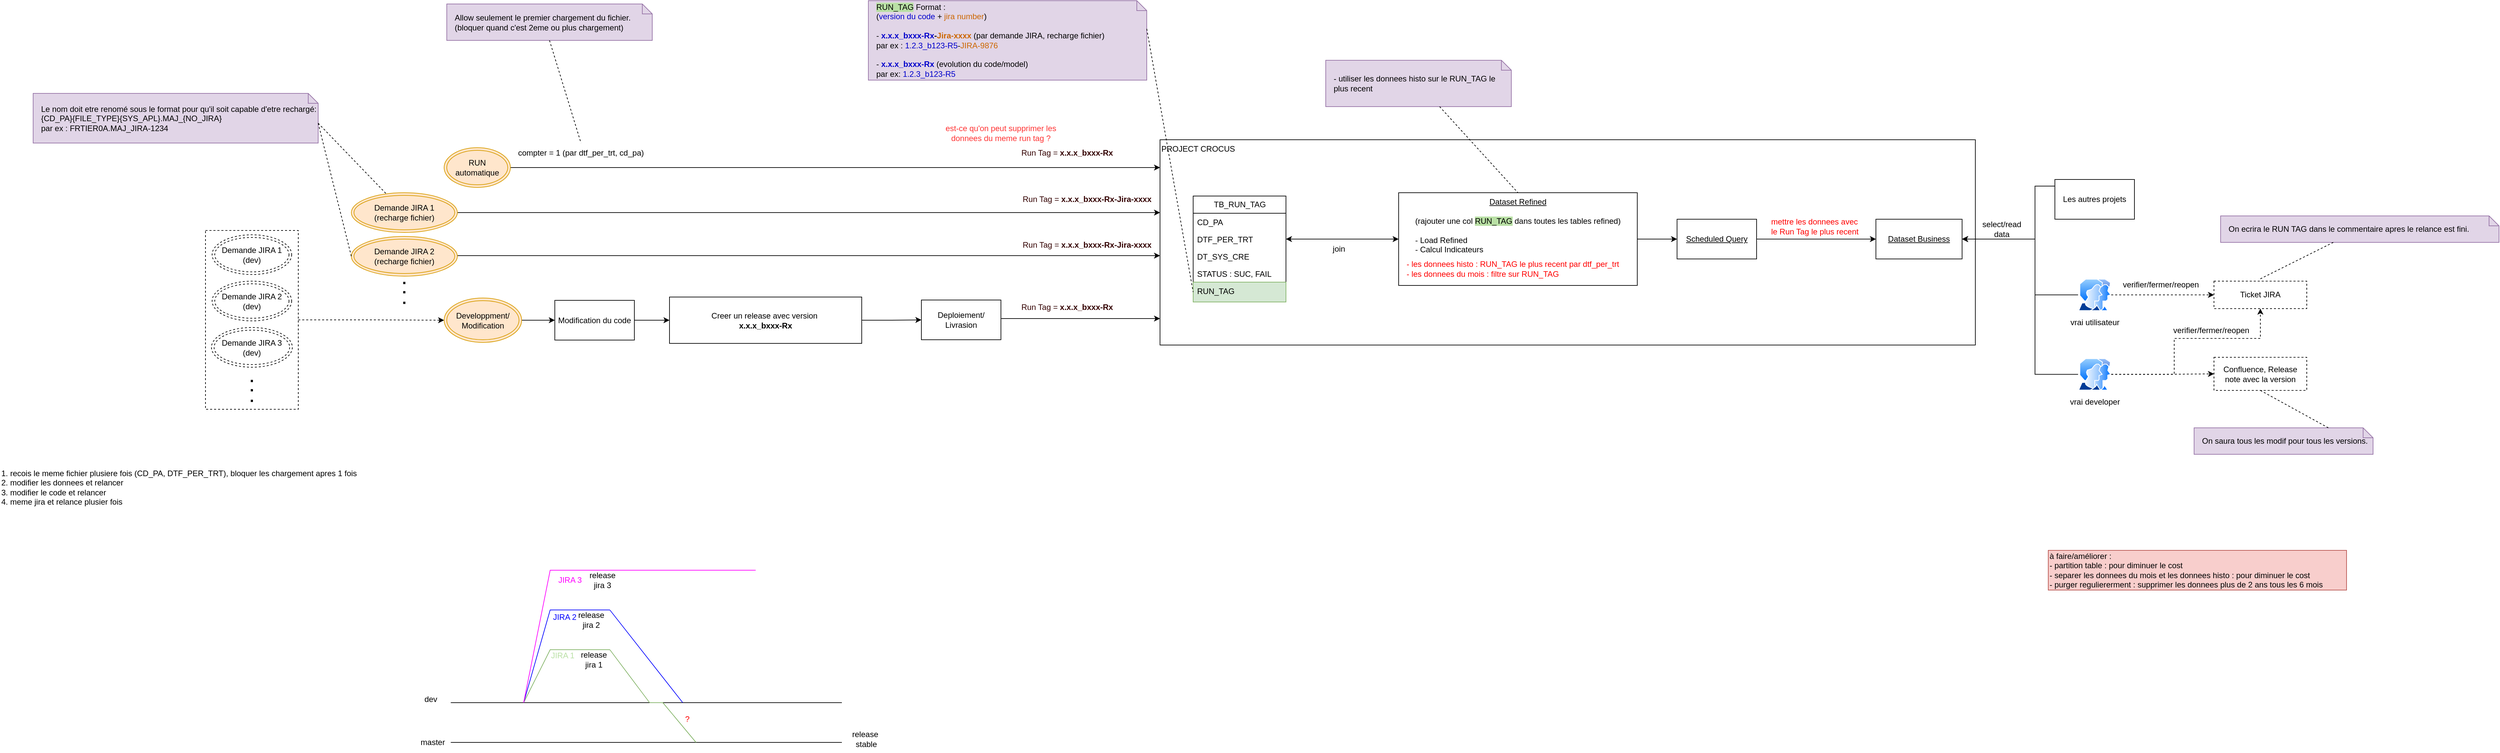
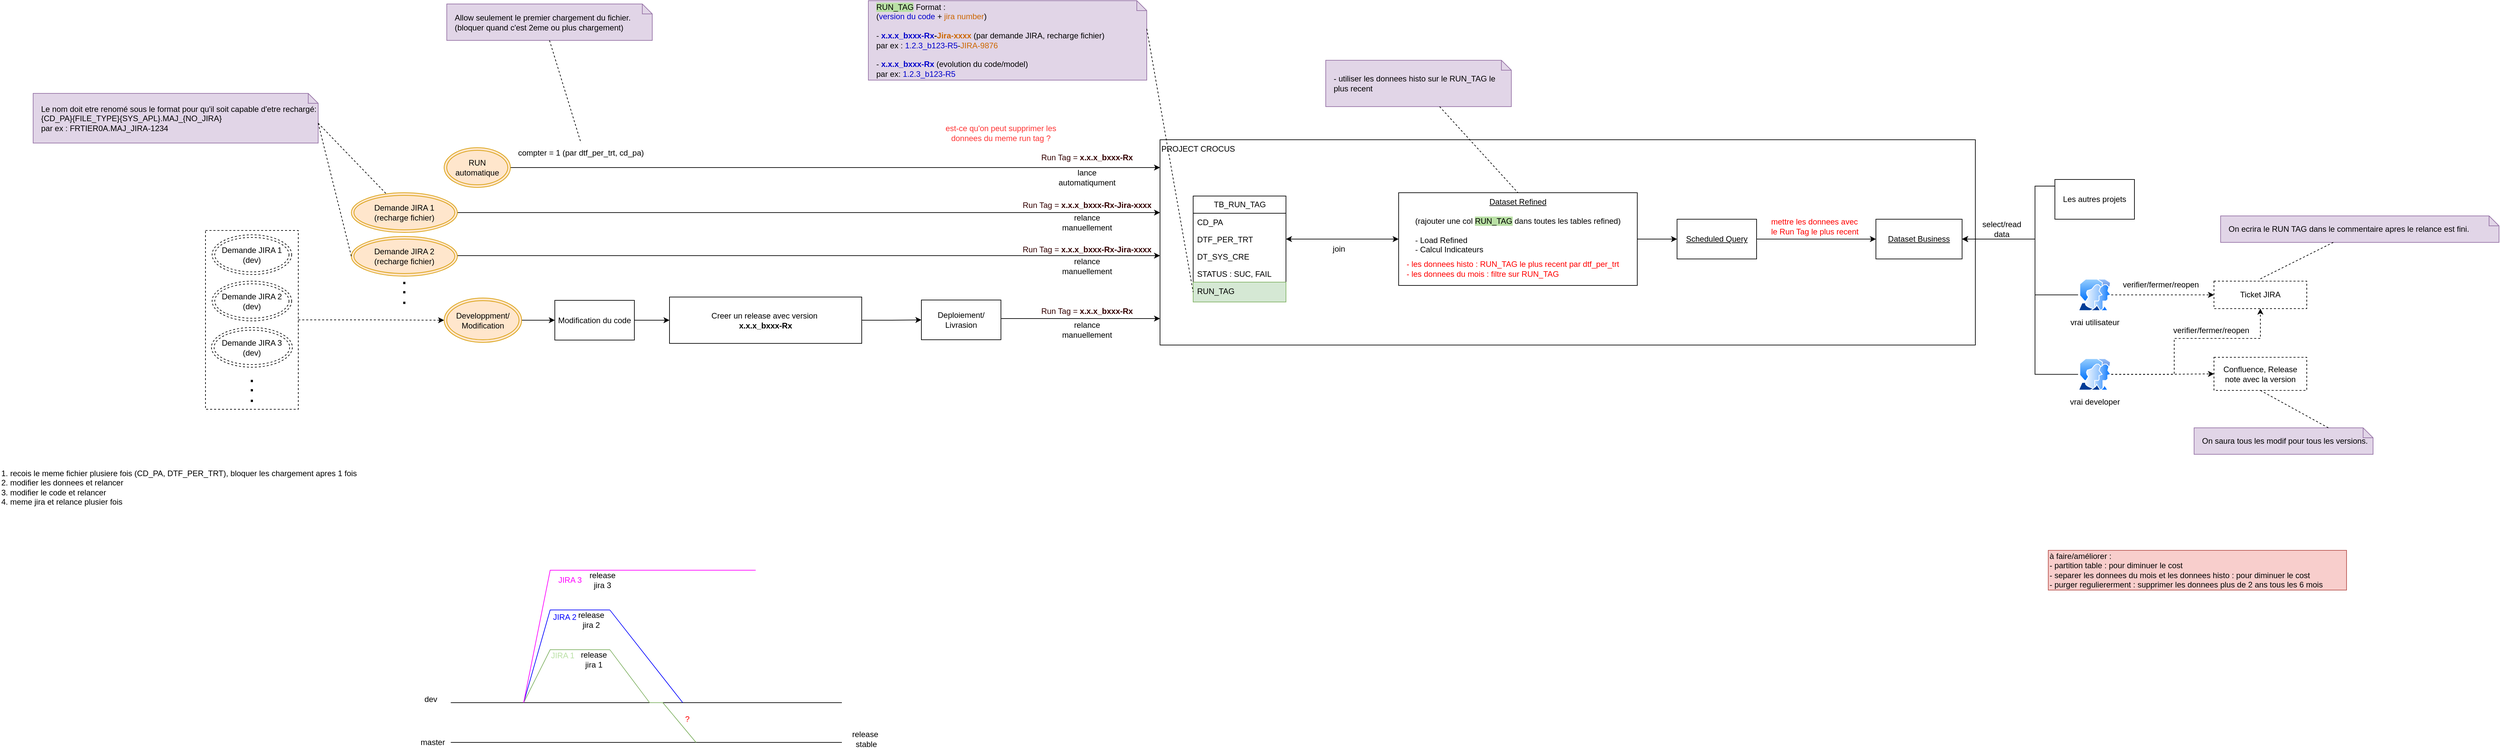
<mxfile host="app.diagrams.net">
  <diagram name="Page-1" id="bEAYSmEDHXBXhFzCy1HB">
-     <mxGraphModel dx="3060" dy="1949" grid="1" gridSize="10" guides="1" tooltips="1" connect="1" arrows="1" fold="1" page="1" pageScale="1" pageWidth="827" pageHeight="1169" math="0" shadow="0">
+     <mxGraphModel dx="3549" dy="2119" grid="1" gridSize="10" guides="1" tooltips="1" connect="1" arrows="1" fold="1" page="1" pageScale="1" pageWidth="827" pageHeight="1169" math="0" shadow="0">
      <root>
        <mxCell id="0" />
        <mxCell id="1" parent="0" />
        <mxCell id="cKu8MT6L8Fp_BZaxLZj7-22" edge="1" parent="1" source="cKu8MT6L8Fp_BZaxLZj7-16" style="edgeStyle=orthogonalEdgeStyle;rounded=0;orthogonalLoop=1;jettySize=auto;html=1;dashed=1;" target="QUzsFoNl6aFI_2ed8XXq-33">
          <mxGeometry relative="1" as="geometry">
            <Array as="points" />
            <mxPoint x="-937.4999999999995" y="382" as="sourcePoint" />
            <mxPoint x="-602.4999999999995" y="365" as="targetPoint" />
          </mxGeometry>
        </mxCell>
        <mxCell id="cKu8MT6L8Fp_BZaxLZj7-16" parent="1" style="rounded=0;whiteSpace=wrap;html=1;dashed=1;" value="" vertex="1">
          <mxGeometry height="270" width="140" x="-1070" y="247" as="geometry" />
        </mxCell>
        <mxCell id="QUzsFoNl6aFI_2ed8XXq-13" parent="1" style="rounded=0;whiteSpace=wrap;html=1;align=left;verticalAlign=top;" value="PROJECT CROCUS" vertex="1">
          <mxGeometry height="310" width="1230" x="370" y="110" as="geometry" />
        </mxCell>
        <mxCell id="QUzsFoNl6aFI_2ed8XXq-1" parent="1" style="swimlane;fontStyle=0;childLayout=stackLayout;horizontal=1;startSize=26;fillColor=none;horizontalStack=0;resizeParent=1;resizeParentMax=0;resizeLast=0;collapsible=1;marginBottom=0;html=1;" value="TB_RUN_TAG" vertex="1">
          <mxGeometry height="160" width="140" x="420" y="195" as="geometry" />
        </mxCell>
        <mxCell id="QUzsFoNl6aFI_2ed8XXq-2" parent="QUzsFoNl6aFI_2ed8XXq-1" style="text;strokeColor=none;fillColor=none;align=left;verticalAlign=top;spacingLeft=4;spacingRight=4;overflow=hidden;rotatable=0;points=[[0,0.5],[1,0.5]];portConstraint=eastwest;whiteSpace=wrap;html=1;" value="CD_PA" vertex="1">
          <mxGeometry height="26" width="140" y="26" as="geometry" />
        </mxCell>
        <mxCell id="QUzsFoNl6aFI_2ed8XXq-3" parent="QUzsFoNl6aFI_2ed8XXq-1" style="text;strokeColor=none;fillColor=none;align=left;verticalAlign=top;spacingLeft=4;spacingRight=4;overflow=hidden;rotatable=0;points=[[0,0.5],[1,0.5]];portConstraint=eastwest;whiteSpace=wrap;html=1;" value="DTF_PER_TRT" vertex="1">
          <mxGeometry height="26" width="140" y="52" as="geometry" />
        </mxCell>
        <mxCell id="QUzsFoNl6aFI_2ed8XXq-4" parent="QUzsFoNl6aFI_2ed8XXq-1" style="text;strokeColor=none;fillColor=none;align=left;verticalAlign=top;spacingLeft=4;spacingRight=4;overflow=hidden;rotatable=0;points=[[0,0.5],[1,0.5]];portConstraint=eastwest;whiteSpace=wrap;html=1;" value="DT_SYS_CRE" vertex="1">
          <mxGeometry height="26" width="140" y="78" as="geometry" />
        </mxCell>
        <mxCell id="QUzsFoNl6aFI_2ed8XXq-105" parent="QUzsFoNl6aFI_2ed8XXq-1" style="text;strokeColor=none;fillColor=none;align=left;verticalAlign=top;spacingLeft=4;spacingRight=4;overflow=hidden;rotatable=0;points=[[0,0.5],[1,0.5]];portConstraint=eastwest;whiteSpace=wrap;html=1;" value="STATUS : SUC, FAIL" vertex="1">
          <mxGeometry height="26" width="140" y="104" as="geometry" />
        </mxCell>
        <mxCell id="QUzsFoNl6aFI_2ed8XXq-5" parent="QUzsFoNl6aFI_2ed8XXq-1" style="text;strokeColor=#82b366;fillColor=#d5e8d4;align=left;verticalAlign=top;spacingLeft=4;spacingRight=4;overflow=hidden;rotatable=0;points=[[0,0.5],[1,0.5]];portConstraint=eastwest;whiteSpace=wrap;html=1;" value="RUN_TAG" vertex="1">
          <mxGeometry height="30" width="140" y="130" as="geometry" />
        </mxCell>
        <mxCell id="QUzsFoNl6aFI_2ed8XXq-7" parent="1" style="shape=note;size=15;align=left;spacingLeft=10;html=1;whiteSpace=wrap;fillColor=#e1d5e7;strokeColor=#9673a6;" value="&lt;span style=&quot;background-color: rgb(185, 224, 165);&quot;&gt;RUN_TAG&lt;/span&gt; Format :&amp;nbsp;&lt;div&gt;(&lt;font style=&quot;color: rgb(0, 0, 204);&quot;&gt;version du code&lt;/font&gt; +&lt;font style=&quot;color: rgb(204, 102, 0);&quot;&gt; &lt;font&gt;jira number&lt;/font&gt;&lt;/font&gt;)&lt;/div&gt;&lt;div&gt;&lt;br&gt;&lt;div&gt;- &lt;b&gt;&lt;font style=&quot;color: rgb(0, 0, 204);&quot;&gt;x.x.x_bxxx-Rx&lt;/font&gt;-&lt;font style=&quot;color: rgb(204, 102, 0);&quot;&gt;Jira-xxxx&lt;/font&gt;&lt;/b&gt; (par demande JIRA, recharge fichier)&amp;nbsp;&lt;/div&gt;&lt;div&gt;par ex : &lt;font style=&quot;color: rgb(0, 0, 204);&quot;&gt;1.2.3_b123-R5&lt;/font&gt;-&lt;font style=&quot;color: rgb(204, 102, 0);&quot;&gt;JIRA-9876&lt;/font&gt;&lt;/div&gt;&lt;div&gt;&lt;br&gt;&lt;/div&gt;&lt;div&gt;-&lt;b&gt; &lt;font style=&quot;color: rgb(0, 0, 204);&quot;&gt;x.x.x_bxxx-Rx&lt;/font&gt;&lt;/b&gt; (evolution du code/model)&lt;/div&gt;&lt;div&gt;&lt;span style=&quot;background-color: transparent; color: light-dark(rgb(0, 0, 0), rgb(255, 255, 255));&quot;&gt;par ex: &lt;/span&gt;&lt;span style=&quot;background-color: transparent;&quot;&gt;&lt;font style=&quot;color: light-dark(rgb(0, 0, 204), rgb(255, 255, 255));&quot;&gt;1.2.3_b123-R5&lt;/font&gt;&lt;/span&gt;&lt;/div&gt;&lt;/div&gt;" vertex="1">
          <mxGeometry height="120" width="420" x="-70" y="-100" as="geometry" />
        </mxCell>
        <mxCell id="QUzsFoNl6aFI_2ed8XXq-8" edge="1" parent="1" source="QUzsFoNl6aFI_2ed8XXq-7" style="edgeStyle=none;endArrow=none;exitX=0;exitY=0;dashed=1;html=1;rounded=0;entryX=0;entryY=0.5;entryDx=0;entryDy=0;exitDx=420;exitDy=42.5;exitPerimeter=0;" target="QUzsFoNl6aFI_2ed8XXq-5" value="">
          <mxGeometry relative="1" x="1" as="geometry">
            <mxPoint x="590" y="660" as="targetPoint" />
          </mxGeometry>
        </mxCell>
        <mxCell id="QUzsFoNl6aFI_2ed8XXq-10" parent="1" style="rounded=0;whiteSpace=wrap;html=1;dashed=1;" value="Confluence, Release note avec la v&lt;span style=&quot;background-color: transparent; color: light-dark(rgb(0, 0, 0), rgb(255, 255, 255));&quot;&gt;ersion&lt;/span&gt;" vertex="1">
          <mxGeometry height="50" width="140" x="1960" y="438.5" as="geometry" />
        </mxCell>
        <mxCell id="QUzsFoNl6aFI_2ed8XXq-11" parent="1" style="rounded=0;whiteSpace=wrap;html=1;dashed=1;" value="Ticket JIRA" vertex="1">
          <mxGeometry height="41.5" width="140" x="1960" y="323.5" as="geometry" />
        </mxCell>
        <mxCell id="QUzsFoNl6aFI_2ed8XXq-42" edge="1" parent="1" source="QUzsFoNl6aFI_2ed8XXq-12" style="edgeStyle=orthogonalEdgeStyle;rounded=0;orthogonalLoop=1;jettySize=auto;html=1;entryX=1;entryY=0.5;entryDx=0;entryDy=0;startArrow=classic;startFill=1;" target="QUzsFoNl6aFI_2ed8XXq-3">
          <mxGeometry relative="1" as="geometry" />
        </mxCell>
        <mxCell id="QUzsFoNl6aFI_2ed8XXq-50" edge="1" parent="1" source="QUzsFoNl6aFI_2ed8XXq-12" style="edgeStyle=orthogonalEdgeStyle;rounded=0;orthogonalLoop=1;jettySize=auto;html=1;" target="QUzsFoNl6aFI_2ed8XXq-46">
          <mxGeometry relative="1" as="geometry">
            <Array as="points" />
          </mxGeometry>
        </mxCell>
        <mxCell id="QUzsFoNl6aFI_2ed8XXq-12" parent="1" style="rounded=0;whiteSpace=wrap;html=1;verticalAlign=top;" value="&lt;u&gt;Dataset Refined&lt;/u&gt;&lt;div&gt;&lt;u&gt;&lt;br&gt;&lt;/u&gt;&lt;div&gt;(rajouter une col &lt;span style=&quot;background-color: rgb(185, 224, 165);&quot;&gt;RUN_TAG&lt;/span&gt;&lt;span&gt; &lt;/span&gt;dans toutes les tables refined)&lt;/div&gt;&lt;div&gt;&lt;br&gt;&lt;/div&gt;&lt;div style=&quot;text-align: left;&quot;&gt;- Load Refined&amp;nbsp; &amp;nbsp; &amp;nbsp; &amp;nbsp;&lt;/div&gt;&lt;div style=&quot;text-align: left;&quot;&gt;- Calcul Indicateurs&lt;/div&gt;&lt;/div&gt;" vertex="1">
          <mxGeometry height="140" width="360" x="730" y="190" as="geometry" />
        </mxCell>
        <mxCell id="QUzsFoNl6aFI_2ed8XXq-27" edge="1" parent="1" source="QUzsFoNl6aFI_2ed8XXq-33" style="edgeStyle=orthogonalEdgeStyle;rounded=0;orthogonalLoop=1;jettySize=auto;html=1;entryX=0;entryY=0.5;entryDx=0;entryDy=0;" target="QUzsFoNl6aFI_2ed8XXq-23">
          <mxGeometry relative="1" as="geometry">
            <mxPoint x="-740" y="198" as="sourcePoint" />
          </mxGeometry>
        </mxCell>
        <mxCell id="QUzsFoNl6aFI_2ed8XXq-19" parent="1" style="text;html=1;whiteSpace=wrap;strokeColor=none;fillColor=none;align=center;verticalAlign=middle;rounded=0;fontColor=#330000;" value="&lt;font style=&quot;&quot;&gt;Run Tag =&amp;nbsp;&lt;/font&gt;&lt;b style=&quot;text-align: left;&quot;&gt;x.x.x_bxxx-Rx-Jira-xxxx&lt;/b&gt;" vertex="1">
-           <mxGeometry height="30" width="200" x="160" y="253.5" as="geometry" />
+           <mxGeometry height="30" width="200" x="160" y="260.5" as="geometry" />
        </mxCell>
        <mxCell id="cKu8MT6L8Fp_BZaxLZj7-37" edge="1" parent="1" source="QUzsFoNl6aFI_2ed8XXq-23" style="edgeStyle=orthogonalEdgeStyle;rounded=0;orthogonalLoop=1;jettySize=auto;html=1;" target="QUzsFoNl6aFI_2ed8XXq-25">
          <mxGeometry relative="1" as="geometry" />
        </mxCell>
        <mxCell id="QUzsFoNl6aFI_2ed8XXq-23" parent="1" style="rounded=0;whiteSpace=wrap;html=1;" value="Modification du code" vertex="1">
          <mxGeometry height="60" width="120" x="-543" y="352.5" as="geometry" />
        </mxCell>
        <mxCell id="QUzsFoNl6aFI_2ed8XXq-31" edge="1" parent="1" source="QUzsFoNl6aFI_2ed8XXq-24" style="edgeStyle=orthogonalEdgeStyle;rounded=0;orthogonalLoop=1;jettySize=auto;html=1;" target="QUzsFoNl6aFI_2ed8XXq-13">
          <mxGeometry relative="1" as="geometry">
            <Array as="points">
              <mxPoint x="180" y="380" />
              <mxPoint x="180" y="380" />
            </Array>
            <mxPoint x="380" y="373" as="targetPoint" />
          </mxGeometry>
        </mxCell>
        <mxCell id="QUzsFoNl6aFI_2ed8XXq-24" parent="1" style="rounded=0;whiteSpace=wrap;html=1;" value="Deploiement/ Livrasion" vertex="1">
          <mxGeometry height="60" width="120" x="10" y="352" as="geometry" />
        </mxCell>
        <mxCell id="cKu8MT6L8Fp_BZaxLZj7-38" edge="1" parent="1" source="QUzsFoNl6aFI_2ed8XXq-25" style="edgeStyle=orthogonalEdgeStyle;rounded=0;orthogonalLoop=1;jettySize=auto;html=1;" target="QUzsFoNl6aFI_2ed8XXq-24">
          <mxGeometry relative="1" as="geometry" />
        </mxCell>
        <mxCell id="QUzsFoNl6aFI_2ed8XXq-25" parent="1" style="rounded=0;whiteSpace=wrap;html=1;" value="Creer un release avec version&amp;nbsp;&lt;div&gt;&lt;span style=&quot;text-align: left;&quot;&gt;&lt;b&gt;x.x.x_bxxx-Rx&lt;/b&gt;&lt;/span&gt;&lt;/div&gt;" vertex="1">
          <mxGeometry height="70" width="290" x="-370" y="347.5" as="geometry" />
        </mxCell>
        <mxCell id="QUzsFoNl6aFI_2ed8XXq-33" parent="1" style="ellipse;shape=doubleEllipse;whiteSpace=wrap;html=1;fillColor=#ffe6cc;strokeColor=#d79b00;" value="Developpment/&lt;div&gt;Modification&lt;/div&gt;" vertex="1">
          <mxGeometry height="67" width="117" x="-710" y="349" as="geometry" />
        </mxCell>
        <mxCell id="cKu8MT6L8Fp_BZaxLZj7-5" edge="1" parent="1" style="edgeStyle=orthogonalEdgeStyle;rounded=0;orthogonalLoop=1;jettySize=auto;html=1;" target="QUzsFoNl6aFI_2ed8XXq-13">
          <mxGeometry relative="1" as="geometry">
            <Array as="points">
              <mxPoint x="110" y="285" />
              <mxPoint x="110" y="285" />
            </Array>
            <mxPoint x="-690.0000000000005" y="285" as="sourcePoint" />
            <mxPoint x="380" y="285" as="targetPoint" />
          </mxGeometry>
        </mxCell>
        <mxCell id="QUzsFoNl6aFI_2ed8XXq-34" parent="1" style="ellipse;shape=doubleEllipse;whiteSpace=wrap;html=1;fillColor=#ffe6cc;strokeColor=#d79b00;" value="Demande JIRA 2&lt;div&gt;(recharge fichier)&lt;/div&gt;" vertex="1">
          <mxGeometry height="60" width="160" x="-850" y="256" as="geometry" />
        </mxCell>
        <mxCell id="QUzsFoNl6aFI_2ed8XXq-36" edge="1" parent="1" source="QUzsFoNl6aFI_2ed8XXq-35" style="edgeStyle=orthogonalEdgeStyle;rounded=0;orthogonalLoop=1;jettySize=auto;html=1;" target="QUzsFoNl6aFI_2ed8XXq-13">
          <mxGeometry relative="1" as="geometry">
            <Array as="points">
              <mxPoint x="140" y="152" />
              <mxPoint x="140" y="152" />
            </Array>
            <mxPoint x="380" y="152.0588235294117" as="targetPoint" />
          </mxGeometry>
        </mxCell>
        <mxCell id="QUzsFoNl6aFI_2ed8XXq-35" parent="1" style="ellipse;shape=doubleEllipse;whiteSpace=wrap;html=1;fillColor=#ffe6cc;strokeColor=#d79b00;" value="RUN automatique" vertex="1">
          <mxGeometry height="60" width="100" x="-710" y="122" as="geometry" />
        </mxCell>
        <mxCell id="QUzsFoNl6aFI_2ed8XXq-40" parent="1" style="shape=note;size=15;align=left;spacingLeft=10;html=1;whiteSpace=wrap;fillColor=#e1d5e7;strokeColor=#9673a6;" value="&lt;div&gt;- utiliser les donnees histo sur le RUN_TAG le plus recent&lt;/div&gt;" vertex="1">
          <mxGeometry height="70" width="280" x="620" y="-10" as="geometry" />
        </mxCell>
        <mxCell id="QUzsFoNl6aFI_2ed8XXq-41" edge="1" parent="1" source="QUzsFoNl6aFI_2ed8XXq-40" style="edgeStyle=none;endArrow=none;dashed=1;html=1;rounded=0;entryX=0.5;entryY=0;entryDx=0;entryDy=0;" target="QUzsFoNl6aFI_2ed8XXq-12" value="">
          <mxGeometry relative="1" x="1" as="geometry">
            <mxPoint x="720" y="650" as="sourcePoint" />
            <mxPoint x="772" y="500" as="targetPoint" />
          </mxGeometry>
        </mxCell>
        <mxCell id="QUzsFoNl6aFI_2ed8XXq-43" parent="1" style="text;html=1;whiteSpace=wrap;strokeColor=none;fillColor=none;align=left;verticalAlign=middle;rounded=0;" value="&lt;font style=&quot;color: rgb(255, 0, 0);&quot;&gt;- les donnees histo : RUN_TAG le plus recent par dtf_per_trt&lt;/font&gt;&lt;div&gt;&lt;font style=&quot;color: rgb(255, 0, 0);&quot;&gt;- les donnees du mois : f&lt;/font&gt;&lt;span style=&quot;color: light-dark(rgb(255, 0, 0), rgb(255, 144, 144)); background-color: transparent;&quot;&gt;iltre sur RUN_TAG&lt;/span&gt;&lt;/div&gt;" vertex="1">
          <mxGeometry height="30" width="370" x="740" y="290" as="geometry" />
        </mxCell>
        <mxCell id="QUzsFoNl6aFI_2ed8XXq-45" parent="1" style="rounded=0;whiteSpace=wrap;html=1;" value="&lt;u&gt;Dataset Business&lt;/u&gt;" vertex="1">
          <mxGeometry height="60" width="130" x="1450" y="230" as="geometry" />
        </mxCell>
        <mxCell id="QUzsFoNl6aFI_2ed8XXq-48" edge="1" parent="1" source="QUzsFoNl6aFI_2ed8XXq-46" style="edgeStyle=orthogonalEdgeStyle;rounded=0;orthogonalLoop=1;jettySize=auto;html=1;" target="QUzsFoNl6aFI_2ed8XXq-45">
          <mxGeometry relative="1" as="geometry" />
        </mxCell>
        <mxCell id="QUzsFoNl6aFI_2ed8XXq-46" parent="1" style="rounded=0;whiteSpace=wrap;html=1;" value="&lt;u&gt;Scheduled Query&lt;/u&gt;" vertex="1">
          <mxGeometry height="60" width="120" x="1150" y="230" as="geometry" />
        </mxCell>
        <mxCell id="QUzsFoNl6aFI_2ed8XXq-51" parent="1" style="text;html=1;whiteSpace=wrap;strokeColor=none;fillColor=none;align=left;verticalAlign=middle;rounded=0;fontColor=#FF0000;" value="mettre les donnees avec le Run Tag le plus recent" vertex="1">
          <mxGeometry height="30" width="140" x="1290" y="226" as="geometry" />
        </mxCell>
        <mxCell id="QUzsFoNl6aFI_2ed8XXq-59" edge="1" parent="1" source="QUzsFoNl6aFI_2ed8XXq-52" style="edgeStyle=orthogonalEdgeStyle;rounded=0;orthogonalLoop=1;jettySize=auto;html=1;entryX=1;entryY=0.5;entryDx=0;entryDy=0;" target="QUzsFoNl6aFI_2ed8XXq-45">
          <mxGeometry relative="1" as="geometry">
            <Array as="points">
              <mxPoint x="1690" y="180" />
              <mxPoint x="1690" y="260" />
            </Array>
          </mxGeometry>
        </mxCell>
        <mxCell id="QUzsFoNl6aFI_2ed8XXq-52" parent="1" style="rounded=0;whiteSpace=wrap;html=1;" value="Les autres projets" vertex="1">
          <mxGeometry height="60" width="120" x="1720" y="170" as="geometry" />
        </mxCell>
        <mxCell id="QUzsFoNl6aFI_2ed8XXq-58" edge="1" parent="1" source="QUzsFoNl6aFI_2ed8XXq-57" style="edgeStyle=orthogonalEdgeStyle;rounded=0;orthogonalLoop=1;jettySize=auto;html=1;entryX=1;entryY=0.5;entryDx=0;entryDy=0;" target="QUzsFoNl6aFI_2ed8XXq-45">
          <mxGeometry relative="1" as="geometry">
            <Array as="points">
              <mxPoint x="1690" y="344" />
              <mxPoint x="1690" y="260" />
            </Array>
          </mxGeometry>
        </mxCell>
        <mxCell id="QUzsFoNl6aFI_2ed8XXq-65" edge="1" parent="1" source="QUzsFoNl6aFI_2ed8XXq-57" style="edgeStyle=orthogonalEdgeStyle;rounded=0;orthogonalLoop=1;jettySize=auto;html=1;dashed=1;" target="QUzsFoNl6aFI_2ed8XXq-11">
          <mxGeometry relative="1" as="geometry" />
        </mxCell>
        <mxCell id="QUzsFoNl6aFI_2ed8XXq-57" parent="1" style="image;aspect=fixed;perimeter=ellipsePerimeter;html=1;align=center;shadow=0;dashed=0;spacingTop=3;image=img/lib/active_directory/user_accounts.svg;" value="vrai utilisateur" vertex="1">
          <mxGeometry height="48.5" width="50" x="1755" y="320" as="geometry" />
        </mxCell>
        <mxCell id="QUzsFoNl6aFI_2ed8XXq-60" parent="1" style="text;html=1;whiteSpace=wrap;strokeColor=none;fillColor=none;align=center;verticalAlign=middle;rounded=0;" value="select/read data" vertex="1">
          <mxGeometry height="30" width="60" x="1610" y="230" as="geometry" />
        </mxCell>
        <mxCell id="QUzsFoNl6aFI_2ed8XXq-63" edge="1" parent="1" source="QUzsFoNl6aFI_2ed8XXq-62" style="edgeStyle=orthogonalEdgeStyle;rounded=0;orthogonalLoop=1;jettySize=auto;html=1;entryX=1;entryY=0.5;entryDx=0;entryDy=0;" target="QUzsFoNl6aFI_2ed8XXq-45">
          <mxGeometry relative="1" as="geometry">
            <Array as="points">
              <mxPoint x="1690" y="464" />
              <mxPoint x="1690" y="260" />
            </Array>
          </mxGeometry>
        </mxCell>
        <mxCell id="QUzsFoNl6aFI_2ed8XXq-66" edge="1" parent="1" source="QUzsFoNl6aFI_2ed8XXq-62" style="edgeStyle=orthogonalEdgeStyle;rounded=0;orthogonalLoop=1;jettySize=auto;html=1;dashed=1;" target="QUzsFoNl6aFI_2ed8XXq-10">
          <mxGeometry relative="1" as="geometry" />
        </mxCell>
        <mxCell id="QUzsFoNl6aFI_2ed8XXq-68" edge="1" parent="1" source="QUzsFoNl6aFI_2ed8XXq-62" style="edgeStyle=orthogonalEdgeStyle;rounded=0;orthogonalLoop=1;jettySize=auto;html=1;entryX=0.5;entryY=1;entryDx=0;entryDy=0;dashed=1;" target="QUzsFoNl6aFI_2ed8XXq-11">
          <mxGeometry relative="1" as="geometry">
            <Array as="points">
              <mxPoint x="1900" y="464" />
              <mxPoint x="1900" y="410" />
              <mxPoint x="2030" y="410" />
            </Array>
          </mxGeometry>
        </mxCell>
        <mxCell id="QUzsFoNl6aFI_2ed8XXq-62" parent="1" style="image;aspect=fixed;perimeter=ellipsePerimeter;html=1;align=center;shadow=0;dashed=0;spacingTop=3;image=img/lib/active_directory/user_accounts.svg;" value="vrai developer" vertex="1">
          <mxGeometry height="48.5" width="50" x="1755" y="440" as="geometry" />
        </mxCell>
        <mxCell id="QUzsFoNl6aFI_2ed8XXq-69" parent="1" style="shape=note;size=15;align=left;spacingLeft=10;html=1;whiteSpace=wrap;fillColor=#e1d5e7;strokeColor=#9673a6;" value="On ecrira le RUN TAG dans le commentaire apres le relance est fini." vertex="1">
          <mxGeometry height="40" width="420" x="1970" y="225" as="geometry" />
        </mxCell>
        <mxCell id="QUzsFoNl6aFI_2ed8XXq-70" edge="1" parent="1" source="QUzsFoNl6aFI_2ed8XXq-69" style="edgeStyle=none;endArrow=none;dashed=1;html=1;rounded=0;" value="">
          <mxGeometry relative="1" x="1" as="geometry">
            <mxPoint x="970" y="210" as="sourcePoint" />
            <mxPoint x="2030" y="320" as="targetPoint" />
          </mxGeometry>
        </mxCell>
        <mxCell id="QUzsFoNl6aFI_2ed8XXq-71" parent="1" style="shape=note;size=15;align=left;spacingLeft=10;html=1;whiteSpace=wrap;fillColor=#e1d5e7;strokeColor=#9673a6;" value="On saura tous les modif pour tous les versions." vertex="1">
          <mxGeometry height="40" width="270" x="1930" y="545" as="geometry" />
        </mxCell>
        <mxCell id="QUzsFoNl6aFI_2ed8XXq-72" edge="1" parent="1" source="QUzsFoNl6aFI_2ed8XXq-71" style="edgeStyle=none;endArrow=none;dashed=1;html=1;rounded=0;entryX=0.5;entryY=1;entryDx=0;entryDy=0;exitX=0;exitY=0;exitDx=202.5;exitDy=0;exitPerimeter=0;" target="QUzsFoNl6aFI_2ed8XXq-10" value="">
          <mxGeometry relative="1" x="1" as="geometry">
            <mxPoint x="2180" y="470" as="sourcePoint" />
            <mxPoint x="2070" y="525" as="targetPoint" />
          </mxGeometry>
        </mxCell>
        <mxCell id="QUzsFoNl6aFI_2ed8XXq-74" parent="1" style="rounded=0;whiteSpace=wrap;html=1;align=left;fillColor=#f8cecc;strokeColor=#b85450;" value="à faire/améliorer :&lt;div&gt;- partition table : pour diminuer le cost&lt;/div&gt;&lt;div&gt;- separer les donnees du mois et les donnees histo&amp;nbsp;&lt;span style=&quot;background-color: transparent; color: light-dark(rgb(0, 0, 0), rgb(255, 255, 255));&quot;&gt;: pour diminuer le cost&lt;/span&gt;&lt;/div&gt;&lt;div&gt;&lt;span style=&quot;background-color: transparent; color: light-dark(rgb(0, 0, 0), rgb(255, 255, 255));&quot;&gt;- purger reguliererment : supprimer les donnees plus de 2 ans tous les 6 mois&lt;/span&gt;&lt;/div&gt;" vertex="1">
          <mxGeometry height="60" width="450" x="1710" y="730" as="geometry" />
        </mxCell>
        <mxCell id="QUzsFoNl6aFI_2ed8XXq-76" parent="1" style="text;html=1;whiteSpace=wrap;strokeColor=none;fillColor=none;align=center;verticalAlign=middle;rounded=0;" value="join" vertex="1">
          <mxGeometry height="30" width="60" x="610" y="260" as="geometry" />
        </mxCell>
        <mxCell id="QUzsFoNl6aFI_2ed8XXq-81" edge="1" parent="1" style="endArrow=none;html=1;rounded=0;" value="">
          <mxGeometry height="50" relative="1" width="50" as="geometry">
            <mxPoint x="-700" y="960" as="sourcePoint" />
            <mxPoint x="-110" y="960" as="targetPoint" />
          </mxGeometry>
        </mxCell>
        <mxCell id="QUzsFoNl6aFI_2ed8XXq-83" edge="1" parent="1" style="endArrow=none;html=1;rounded=0;fillColor=#d5e8d4;strokeColor=#82b366;" value="">
          <mxGeometry height="50" relative="1" width="50" as="geometry">
            <Array as="points">
              <mxPoint x="-550" y="880" />
            </Array>
            <mxPoint x="-590" y="960" as="sourcePoint" />
            <mxPoint x="-460" y="880" as="targetPoint" />
          </mxGeometry>
        </mxCell>
        <mxCell id="QUzsFoNl6aFI_2ed8XXq-84" parent="1" style="text;html=1;whiteSpace=wrap;strokeColor=none;fillColor=none;align=center;verticalAlign=middle;rounded=0;" value="dev" vertex="1">
          <mxGeometry height="30" width="60" x="-760" y="940" as="geometry" />
        </mxCell>
        <mxCell id="QUzsFoNl6aFI_2ed8XXq-85" edge="1" parent="1" style="endArrow=none;html=1;rounded=0;strokeColor=#0000FF;" value="">
          <mxGeometry height="50" relative="1" width="50" as="geometry">
            <Array as="points">
              <mxPoint x="-550" y="820" />
            </Array>
            <mxPoint x="-590" y="960" as="sourcePoint" />
            <mxPoint x="-460" y="820" as="targetPoint" />
          </mxGeometry>
        </mxCell>
        <mxCell id="QUzsFoNl6aFI_2ed8XXq-86" edge="1" parent="1" style="endArrow=none;html=1;rounded=0;strokeColor=#FF00FF;" value="">
          <mxGeometry height="50" relative="1" width="50" as="geometry">
            <Array as="points">
              <mxPoint x="-550" y="760" />
            </Array>
            <mxPoint x="-590" y="960" as="sourcePoint" />
            <mxPoint x="-240" y="760" as="targetPoint" />
          </mxGeometry>
        </mxCell>
        <mxCell id="QUzsFoNl6aFI_2ed8XXq-87" parent="1" style="text;html=1;whiteSpace=wrap;strokeColor=none;fillColor=none;align=center;verticalAlign=middle;rounded=0;fontColor=#B9E0A5;" value="JIRA 1" vertex="1">
          <mxGeometry height="30" width="60" x="-561" y="874" as="geometry" />
        </mxCell>
        <mxCell id="QUzsFoNl6aFI_2ed8XXq-88" parent="1" style="text;html=1;whiteSpace=wrap;strokeColor=none;fillColor=none;align=center;verticalAlign=middle;rounded=0;fontColor=#0000FF;" value="JIRA 2" vertex="1">
          <mxGeometry height="30" width="60" x="-558" y="816" as="geometry" />
        </mxCell>
        <mxCell id="QUzsFoNl6aFI_2ed8XXq-89" parent="1" style="text;html=1;whiteSpace=wrap;strokeColor=none;fillColor=none;align=center;verticalAlign=middle;rounded=0;fontColor=#FF00FF;" value="JIRA 3" vertex="1">
          <mxGeometry height="30" width="60" x="-550" y="760" as="geometry" />
        </mxCell>
        <mxCell id="QUzsFoNl6aFI_2ed8XXq-90" edge="1" parent="1" style="endArrow=none;html=1;rounded=0;" value="">
          <mxGeometry height="50" relative="1" width="50" as="geometry">
            <mxPoint x="-700" y="1020" as="sourcePoint" />
            <mxPoint x="-110" y="1020" as="targetPoint" />
          </mxGeometry>
        </mxCell>
        <mxCell id="QUzsFoNl6aFI_2ed8XXq-91" parent="1" style="text;html=1;whiteSpace=wrap;strokeColor=none;fillColor=none;align=center;verticalAlign=middle;rounded=0;" value="master" vertex="1">
          <mxGeometry height="30" width="60" x="-757" y="1005" as="geometry" />
        </mxCell>
        <mxCell id="QUzsFoNl6aFI_2ed8XXq-92" edge="1" parent="1" style="endArrow=none;html=1;rounded=0;fillColor=#d5e8d4;strokeColor=#82b366;" value="">
          <mxGeometry height="50" relative="1" width="50" as="geometry">
            <mxPoint x="-460" y="880" as="sourcePoint" />
            <mxPoint x="-400" y="960" as="targetPoint" />
          </mxGeometry>
        </mxCell>
        <mxCell id="QUzsFoNl6aFI_2ed8XXq-94" edge="1" parent="1" style="endArrow=none;html=1;rounded=0;strokeColor=#0000FF;" value="">
          <mxGeometry height="50" relative="1" width="50" as="geometry">
            <mxPoint x="-460" y="820" as="sourcePoint" />
            <mxPoint x="-350" y="960" as="targetPoint" />
          </mxGeometry>
        </mxCell>
        <mxCell id="QUzsFoNl6aFI_2ed8XXq-95" edge="1" parent="1" style="endArrow=none;html=1;rounded=0;fillColor=#d5e8d4;strokeColor=#82b366;" value="">
          <mxGeometry height="50" relative="1" width="50" as="geometry">
            <mxPoint x="-380" y="960" as="sourcePoint" />
            <mxPoint x="-330" y="1020" as="targetPoint" />
          </mxGeometry>
        </mxCell>
        <mxCell id="QUzsFoNl6aFI_2ed8XXq-96" edge="1" parent="1" style="endArrow=none;html=1;rounded=0;fillColor=#d5e8d4;strokeColor=#82b366;" value="">
          <mxGeometry height="50" relative="1" width="50" as="geometry">
            <mxPoint x="-400" y="960" as="sourcePoint" />
            <mxPoint x="-380" y="960" as="targetPoint" />
          </mxGeometry>
        </mxCell>
        <mxCell id="QUzsFoNl6aFI_2ed8XXq-98" parent="1" style="text;html=1;whiteSpace=wrap;strokeColor=none;fillColor=none;align=center;verticalAlign=middle;rounded=0;" value="release jira 2" vertex="1">
          <mxGeometry height="30" width="60" x="-518" y="820" as="geometry" />
        </mxCell>
        <mxCell id="QUzsFoNl6aFI_2ed8XXq-99" parent="1" style="text;html=1;whiteSpace=wrap;strokeColor=none;fillColor=none;align=center;verticalAlign=middle;rounded=0;" value="release jira 1" vertex="1">
          <mxGeometry height="30" width="60" x="-514" y="880" as="geometry" />
        </mxCell>
        <mxCell id="QUzsFoNl6aFI_2ed8XXq-100" parent="1" style="text;html=1;whiteSpace=wrap;strokeColor=none;fillColor=none;align=center;verticalAlign=middle;rounded=0;" value="release jira 3" vertex="1">
          <mxGeometry height="30" width="60" x="-501" y="760" as="geometry" />
        </mxCell>
        <mxCell id="QUzsFoNl6aFI_2ed8XXq-101" parent="1" style="text;html=1;whiteSpace=wrap;strokeColor=none;fillColor=none;align=center;verticalAlign=middle;rounded=0;" value="release&amp;nbsp; stable" vertex="1">
          <mxGeometry height="30" width="60" x="-103" y="1000" as="geometry" />
        </mxCell>
        <mxCell id="QUzsFoNl6aFI_2ed8XXq-103" parent="1" style="text;html=1;whiteSpace=wrap;strokeColor=none;fillColor=none;align=center;verticalAlign=middle;rounded=0;fontColor=#FF0000;" value="?" vertex="1">
          <mxGeometry height="30" width="60" x="-373" y="970" as="geometry" />
        </mxCell>
        <mxCell id="QUzsFoNl6aFI_2ed8XXq-104" parent="1" style="text;html=1;whiteSpace=wrap;strokeColor=none;fillColor=none;align=center;verticalAlign=middle;rounded=0;" value="compter = 1 (par dtf_per_trt, cd_pa)" vertex="1">
          <mxGeometry height="30" width="227" x="-617" y="115" as="geometry" />
        </mxCell>
        <mxCell id="QUzsFoNl6aFI_2ed8XXq-106" parent="1" style="text;html=1;whiteSpace=wrap;strokeColor=none;fillColor=none;align=left;verticalAlign=middle;rounded=0;" value="1. recois le meme fichier plusiere fois (CD_PA, DTF_PER_TRT), bloquer les chargement apres 1 fois&lt;div&gt;2. modifier les donnees et relancer&lt;/div&gt;&lt;div&gt;3. modifier le code et relancer&lt;/div&gt;&lt;div&gt;4.&amp;nbsp;&lt;span style=&quot;text-align: center; background-color: transparent; color: light-dark(rgb(0, 0, 0), rgb(255, 255, 255));&quot;&gt;meme jira et relance plusier fois&lt;/span&gt;&lt;/div&gt;" vertex="1">
          <mxGeometry height="30" width="600" x="-1380" y="620" as="geometry" />
        </mxCell>
        <mxCell id="cKu8MT6L8Fp_BZaxLZj7-1" parent="1" style="shape=note;size=15;align=left;spacingLeft=10;html=1;whiteSpace=wrap;fillColor=#e1d5e7;strokeColor=#9673a6;labelBackgroundColor=none;" value="&lt;span style=&quot;&quot;&gt;Allow seulement le premier chargement du fichier.&lt;br&gt;(bloquer quand c&#39;est 2eme ou plus chargement)&lt;/span&gt;" vertex="1">
          <mxGeometry height="55" width="310" x="-706" y="-95" as="geometry" />
        </mxCell>
        <mxCell id="cKu8MT6L8Fp_BZaxLZj7-2" edge="1" parent="1" source="cKu8MT6L8Fp_BZaxLZj7-1" style="edgeStyle=none;endArrow=none;exitX=0.5;exitY=1;dashed=1;html=1;rounded=0;entryX=0.5;entryY=0;entryDx=0;entryDy=0;exitDx=0;exitDy=0;exitPerimeter=0;" target="QUzsFoNl6aFI_2ed8XXq-104" value="">
          <mxGeometry relative="1" x="1" as="geometry">
            <mxPoint x="590" y="300" as="sourcePoint" />
            <mxPoint x="680" y="507" as="targetPoint" />
          </mxGeometry>
        </mxCell>
        <mxCell id="cKu8MT6L8Fp_BZaxLZj7-3" parent="1" style="ellipse;shape=doubleEllipse;whiteSpace=wrap;html=1;dashed=1;" value="Demande JIRA 1&lt;div&gt;(dev)&lt;/div&gt;" vertex="1">
          <mxGeometry height="60" width="120" x="-1060" y="253.5" as="geometry" />
        </mxCell>
        <mxCell id="cKu8MT6L8Fp_BZaxLZj7-7" parent="1" style="text;html=1;whiteSpace=wrap;strokeColor=none;fillColor=none;align=center;verticalAlign=middle;rounded=0;fontColor=#330000;" value="&lt;font style=&quot;&quot;&gt;Run Tag =&amp;nbsp;&lt;b style=&quot;text-align: left;&quot;&gt;x.x.x_bxxx-Rx&lt;/b&gt;&lt;/font&gt;" vertex="1">
-           <mxGeometry height="30" width="200" x="130" y="115" as="geometry" />
+           <mxGeometry height="30" width="200" x="160" y="122" as="geometry" />
        </mxCell>
        <mxCell id="cKu8MT6L8Fp_BZaxLZj7-11" parent="1" style="shape=note;size=15;align=left;spacingLeft=10;html=1;whiteSpace=wrap;fillColor=#e1d5e7;strokeColor=#9673a6;labelBackgroundColor=none;" value="&lt;span style=&quot;&quot;&gt;Le nom doit etre renomé sous le format pour qu&#39;il soit capable d&#39;etre rechargé:&lt;br&gt;{CD_PA}{FILE_TYPE}{SYS_APL}.MAJ_{NO_JIRA}&lt;/span&gt;&lt;div&gt;&lt;span style=&quot;&quot;&gt;par ex : FRTIER0A.MAJ_JIRA-1234&lt;/span&gt;&lt;/div&gt;" vertex="1">
          <mxGeometry height="75" width="430" x="-1330" y="40" as="geometry" />
        </mxCell>
        <mxCell id="cKu8MT6L8Fp_BZaxLZj7-14" parent="1" style="ellipse;shape=doubleEllipse;whiteSpace=wrap;html=1;dashed=1;" value="Demande JIRA 2&lt;div&gt;(dev)&lt;/div&gt;" vertex="1">
          <mxGeometry height="60" width="120" x="-1060" y="323.5" as="geometry" />
        </mxCell>
        <mxCell id="cKu8MT6L8Fp_BZaxLZj7-15" parent="1" style="ellipse;shape=doubleEllipse;whiteSpace=wrap;html=1;dashed=1;" value="Demande JIRA 3&lt;div&gt;(dev)&lt;/div&gt;" vertex="1">
          <mxGeometry height="60" width="122" x="-1061" y="393.5" as="geometry" />
        </mxCell>
        <mxCell id="cKu8MT6L8Fp_BZaxLZj7-19" parent="1" style="text;html=1;whiteSpace=wrap;strokeColor=none;fillColor=none;align=center;verticalAlign=middle;rounded=0;fontSize=23;fontStyle=1" value="." vertex="1">
          <mxGeometry height="30" width="60" x="-1030" y="453.25" as="geometry" />
        </mxCell>
        <mxCell id="cKu8MT6L8Fp_BZaxLZj7-20" parent="1" style="text;html=1;whiteSpace=wrap;strokeColor=none;fillColor=none;align=center;verticalAlign=middle;rounded=0;fontSize=23;fontStyle=1" value="." vertex="1">
          <mxGeometry height="30" width="60" x="-1030" y="467" as="geometry" />
        </mxCell>
        <mxCell id="cKu8MT6L8Fp_BZaxLZj7-21" parent="1" style="text;html=1;whiteSpace=wrap;strokeColor=none;fillColor=none;align=center;verticalAlign=middle;rounded=0;fontSize=23;fontStyle=1" value="." vertex="1">
          <mxGeometry height="30" width="60" x="-1030" y="483.25" as="geometry" />
        </mxCell>
        <mxCell id="cKu8MT6L8Fp_BZaxLZj7-24" edge="1" parent="1" source="cKu8MT6L8Fp_BZaxLZj7-23" style="edgeStyle=orthogonalEdgeStyle;rounded=0;orthogonalLoop=1;jettySize=auto;html=1;" target="QUzsFoNl6aFI_2ed8XXq-13">
          <mxGeometry relative="1" as="geometry">
            <Array as="points">
              <mxPoint x="120" y="220" />
              <mxPoint x="120" y="220" />
            </Array>
          </mxGeometry>
        </mxCell>
        <mxCell id="cKu8MT6L8Fp_BZaxLZj7-23" parent="1" style="ellipse;shape=doubleEllipse;whiteSpace=wrap;html=1;fillColor=#ffe6cc;strokeColor=#d79b00;" value="Demande JIRA 1&lt;div&gt;(recharge fichier)&lt;/div&gt;" vertex="1">
          <mxGeometry height="60" width="160" x="-850" y="190" as="geometry" />
        </mxCell>
        <mxCell id="cKu8MT6L8Fp_BZaxLZj7-25" edge="1" parent="1" source="cKu8MT6L8Fp_BZaxLZj7-11" style="edgeStyle=none;endArrow=none;exitX=0;exitY=0;dashed=1;html=1;rounded=0;exitDx=430;exitDy=45;exitPerimeter=0;" target="cKu8MT6L8Fp_BZaxLZj7-23" value="">
          <mxGeometry relative="1" x="1" as="geometry">
            <mxPoint x="-520" y="10" as="sourcePoint" />
            <mxPoint x="-490" y="150" as="targetPoint" />
          </mxGeometry>
        </mxCell>
        <mxCell id="cKu8MT6L8Fp_BZaxLZj7-26" edge="1" parent="1" source="cKu8MT6L8Fp_BZaxLZj7-11" style="edgeStyle=none;endArrow=none;exitX=0;exitY=0;dashed=1;html=1;rounded=0;exitDx=430;exitDy=45;exitPerimeter=0;entryX=0;entryY=0.5;entryDx=0;entryDy=0;" target="QUzsFoNl6aFI_2ed8XXq-34" value="">
          <mxGeometry relative="1" x="1" as="geometry">
            <mxPoint x="-900" y="200" as="sourcePoint" />
            <mxPoint x="-801" y="244" as="targetPoint" />
          </mxGeometry>
        </mxCell>
        <mxCell id="cKu8MT6L8Fp_BZaxLZj7-27" parent="1" style="text;html=1;whiteSpace=wrap;strokeColor=none;fillColor=none;align=center;verticalAlign=middle;rounded=0;fontSize=23;fontStyle=1" value="." vertex="1">
          <mxGeometry height="30" width="60" x="-800" y="305" as="geometry" />
        </mxCell>
        <mxCell id="cKu8MT6L8Fp_BZaxLZj7-28" parent="1" style="text;html=1;whiteSpace=wrap;strokeColor=none;fillColor=none;align=center;verticalAlign=middle;rounded=0;fontSize=23;fontStyle=1" value="." vertex="1">
          <mxGeometry height="30" width="60" x="-800" y="335" as="geometry" />
        </mxCell>
        <mxCell id="cKu8MT6L8Fp_BZaxLZj7-29" parent="1" style="text;html=1;whiteSpace=wrap;strokeColor=none;fillColor=none;align=center;verticalAlign=middle;rounded=0;fontSize=23;fontStyle=1" value="." vertex="1">
          <mxGeometry height="30" width="60" x="-800" y="318.5" as="geometry" />
        </mxCell>
        <mxCell id="cKu8MT6L8Fp_BZaxLZj7-31" parent="1" style="text;html=1;whiteSpace=wrap;strokeColor=none;fillColor=none;align=center;verticalAlign=middle;rounded=0;fontColor=#330000;" value="&lt;font style=&quot;&quot;&gt;Run Tag =&amp;nbsp;&lt;/font&gt;&lt;b style=&quot;text-align: left;&quot;&gt;x.x.x_bxxx-Rx-Jira-xxxx&lt;/b&gt;" vertex="1">
-           <mxGeometry height="30" width="200" x="160" y="185" as="geometry" />
+           <mxGeometry height="30" width="200" x="160" y="194" as="geometry" />
        </mxCell>
        <mxCell id="cKu8MT6L8Fp_BZaxLZj7-33" parent="1" style="text;html=1;whiteSpace=wrap;strokeColor=none;fillColor=none;align=center;verticalAlign=middle;rounded=0;fontColor=#330000;" value="&lt;font style=&quot;&quot;&gt;Run Tag =&amp;nbsp;&lt;b style=&quot;text-align: left;&quot;&gt;x.x.x_bxxx-Rx&lt;/b&gt;&lt;/font&gt;" vertex="1">
-           <mxGeometry height="30" width="200" x="130" y="347.5" as="geometry" />
+           <mxGeometry height="30" width="200" x="160" y="353.5" as="geometry" />
        </mxCell>
        <mxCell id="cKu8MT6L8Fp_BZaxLZj7-39" parent="1" style="text;html=1;whiteSpace=wrap;strokeColor=none;fillColor=none;align=center;verticalAlign=middle;rounded=0;" value="verifier/fermer/reopen" vertex="1">
          <mxGeometry height="30" width="60" x="1850" y="313.5" as="geometry" />
        </mxCell>
        <mxCell id="cKu8MT6L8Fp_BZaxLZj7-40" parent="1" style="text;html=1;whiteSpace=wrap;strokeColor=none;fillColor=none;align=center;verticalAlign=middle;rounded=0;" value="verifier/fermer/reopen" vertex="1">
          <mxGeometry height="30" width="60" x="1926" y="382.5" as="geometry" />
        </mxCell>
        <mxCell id="cKu8MT6L8Fp_BZaxLZj7-43" parent="1" style="text;html=1;whiteSpace=wrap;strokeColor=none;fillColor=none;align=center;verticalAlign=middle;rounded=0;fontColor=#FF3333;" value="est-ce qu&#39;on peut supprimer les donnees du meme run tag ?" vertex="1">
          <mxGeometry height="30" width="200" x="30" y="85" as="geometry" />
+         </mxCell>
+         <mxCell id="joy4J5Q9jbU-j6AZ98Qk-1" parent="1" style="text;html=1;whiteSpace=wrap;strokeColor=none;fillColor=none;align=center;verticalAlign=middle;rounded=0;" value="relance manuellement" vertex="1">
+           <mxGeometry height="30" width="60" x="230" y="286" as="geometry" />
+         </mxCell>
+         <mxCell id="joy4J5Q9jbU-j6AZ98Qk-2" parent="1" style="text;html=1;whiteSpace=wrap;strokeColor=none;fillColor=none;align=center;verticalAlign=middle;rounded=0;" value="relance manuellement" vertex="1">
+           <mxGeometry height="30" width="60" x="230" y="220" as="geometry" />
+         </mxCell>
+         <mxCell id="joy4J5Q9jbU-j6AZ98Qk-3" parent="1" style="text;html=1;whiteSpace=wrap;strokeColor=none;fillColor=none;align=center;verticalAlign=middle;rounded=0;" value="relance manuellement" vertex="1">
+           <mxGeometry height="30" width="60" x="230" y="382" as="geometry" />
+         </mxCell>
+         <mxCell id="joy4J5Q9jbU-j6AZ98Qk-4" parent="1" style="text;html=1;whiteSpace=wrap;strokeColor=none;fillColor=none;align=center;verticalAlign=middle;rounded=0;" value="lance automatiqument" vertex="1">
+           <mxGeometry height="30" width="60" x="230" y="152" as="geometry" />
        </mxCell>
      </root>
    </mxGraphModel>
  </diagram>
</mxfile>
